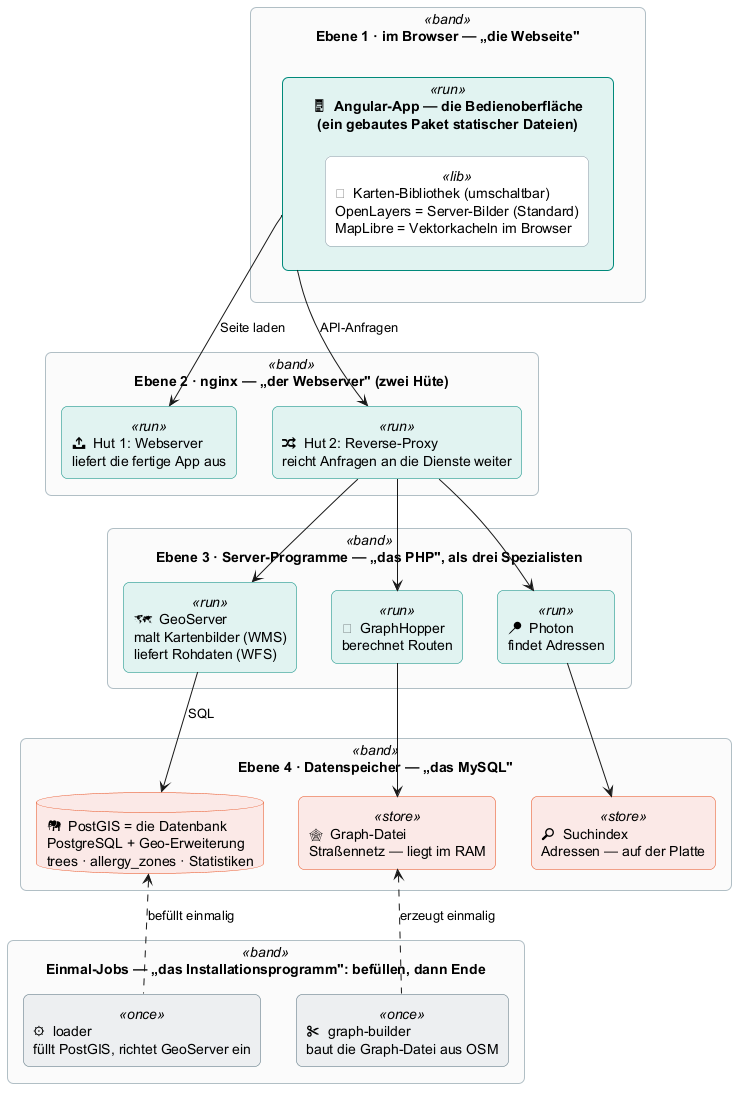
Before: docs/architecture/10_webgis_layers.png, a diagram exported from PlantUML (matthili/BaumRadar).
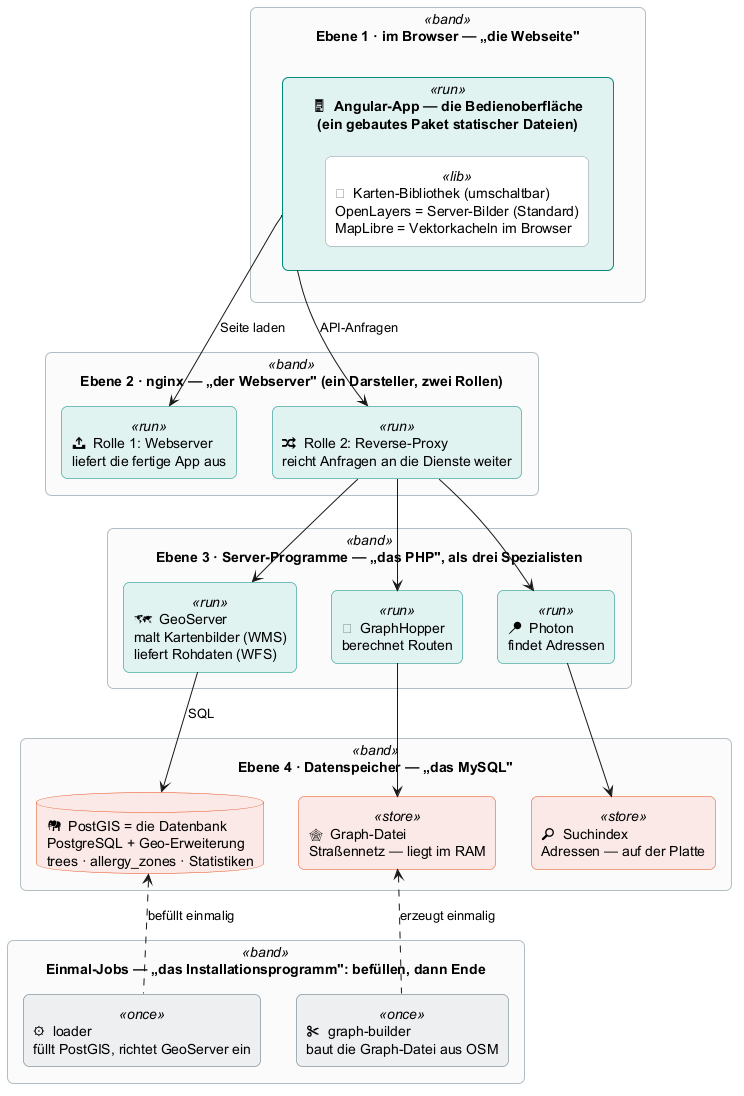
After the change.

Diff of the diagram source:
```diff
@@ -28,9 +28,9 @@
   }
 }
 
-rectangle "Ebene 2 · nginx — „der Webserver" (zwei Hüte)" as B2 <<band>> {
-  rectangle "📤  Hut 1: Webserver\nliefert die fertige App aus" as HUT1 <<run>>
-  rectangle "🔀  Hut 2: Reverse-Proxy\nreicht Anfragen an die Dienste weiter" as HUT2 <<run>>
+rectangle "Ebene 2 · nginx — „der Webserver" (ein Darsteller, zwei Rollen)" as B2 <<band>> {
+  rectangle "📤  Rolle 1: Webserver\nliefert die fertige App aus" as HUT1 <<run>>
+  rectangle "🔀  Rolle 2: Reverse-Proxy\nreicht Anfragen an die Dienste weiter" as HUT2 <<run>>
 }
 
 rectangle "Ebene 3 · Server-Programme — „das PHP", als drei Spezialisten" as B3 <<band>> {
```
